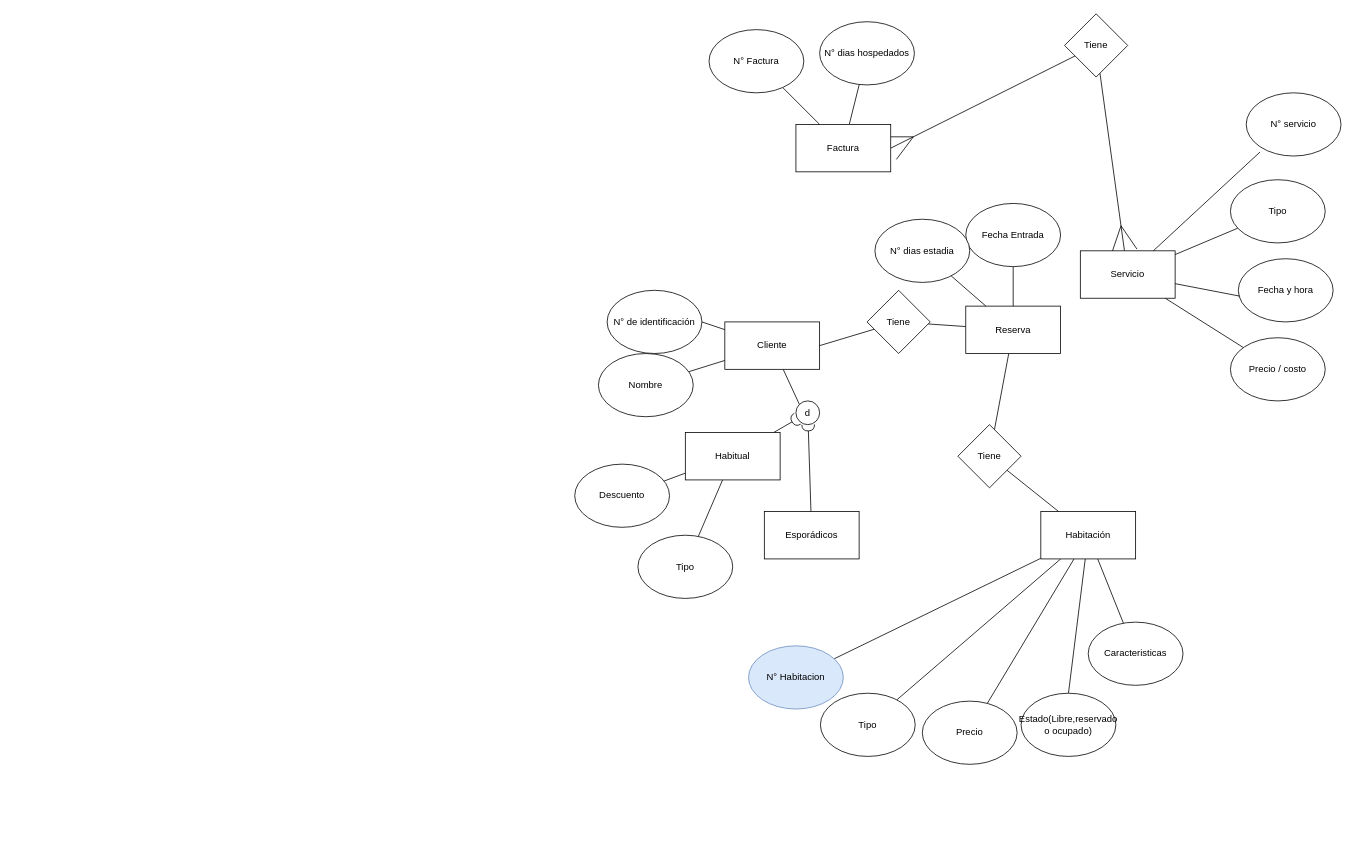
This is Diagrama_sin_titulo.drawio from Mshall19/Proyecto-BD, a draw.io file, before an edit. Source tidied: cells renumbered, new cells numbered last; positions are measured from the earlier drawing's top-left corner, leaving out a move shared by most shapes. Both pictures are drawn from the tidied source at 79%, with x=0, y=0 at pixel (574, 13).
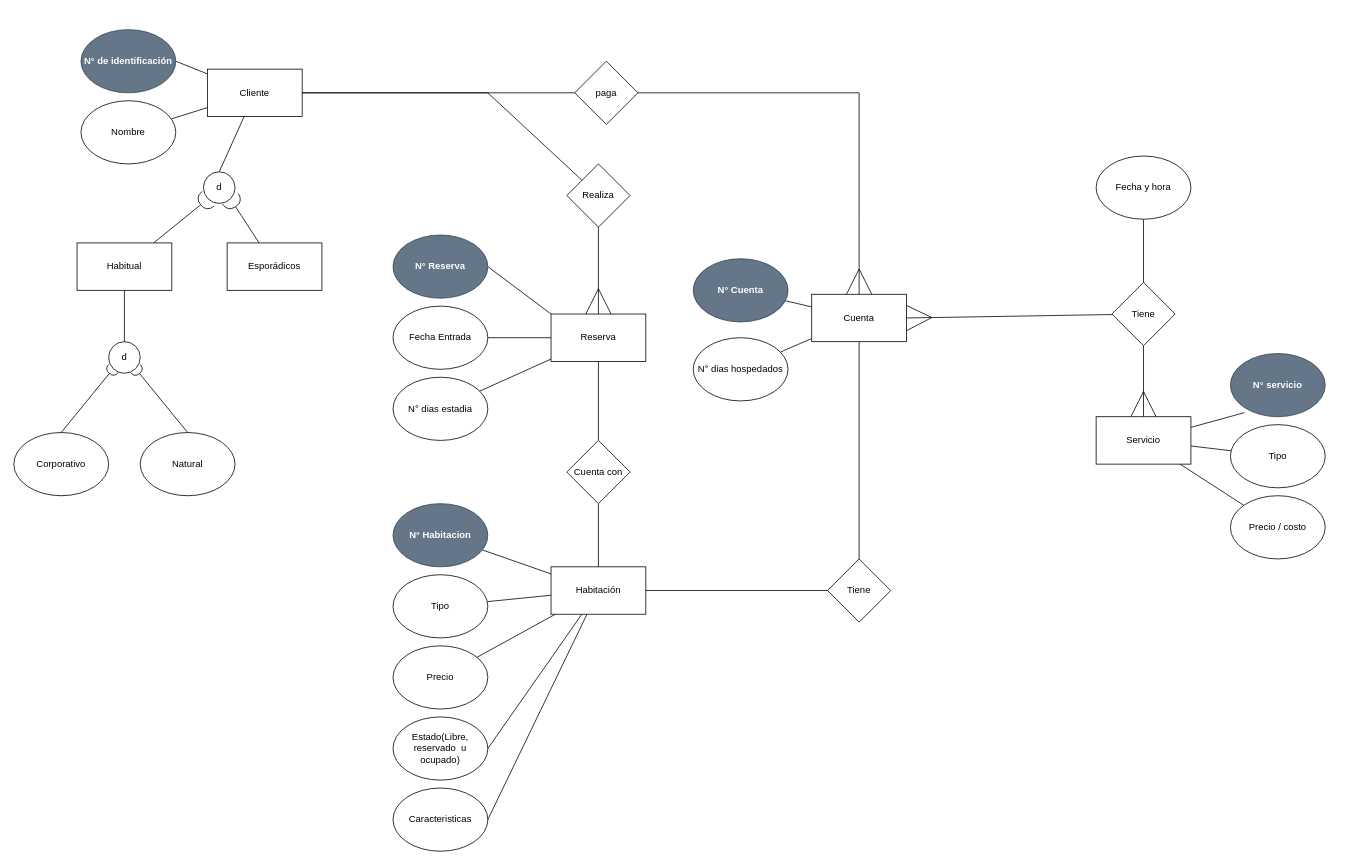
After the change.

Commit message:
Actualizacion de diagrama

Change to the diagram source:
```diff
@@
+    <mxCell id="56" style="edgeStyle=orthogonalEdgeStyle;rounded=0;jettySize=auto;html=1;entryX=0.5;entryY=1;entryDx=0;entryDy=0;endArrow=none;endFill=0;" parent="1" edge="1" source="4" target="32">
+      <mxGeometry relative="1" as="geometry" />
+    </mxCell>
     <mxCell id="4" value="Tiene" style="rhombus;whiteSpace=wrap;html=1;" parent="1" vertex="1">
-      <mxGeometry x="620" width="80" height="80" as="geometry" />
+      <mxGeometry x="680" y="340" width="80" height="80" as="geometry" />
     </mxCell>
@@
-    <mxCell id="7" style="rounded=0;jettySize=auto;html=1;entryX=0.5;entryY=0;entryDx=0;entryDy=0;endArrow=none;endFill=0;" parent="1" edge="1" source="10" target="13">
+    <mxCell id="7" style="rounded=0;jettySize=auto;html=1;entryX=1;entryY=0.5;entryDx=0;entryDy=0;endArrow=none;endFill=0;" parent="1" edge="1" source="10" target="13">
       <mxGeometry relative="1" as="geometry" />
     </mxCell>
-    <mxCell id="8" style="rounded=0;jettySize=auto;html=1;endArrow=none;endFill=0;" parent="1" edge="1" source="10" target="14">
+    <mxCell id="8" style="rounded=0;jettySize=auto;html=1;endArrow=none;endFill=0;entryX=1;entryY=0.5;entryDx=0;entryDy=0;" parent="1" edge="1" source="10" target="14">
       <mxGeometry relative="1" as="geometry" />
     </mxCell>
@@
     <mxCell id="10" value="Habitación" style="rounded=0;whiteSpace=wrap;html=1;" parent="1" vertex="1">
-      <mxGeometry x="590" y="630" width="120" height="60" as="geometry" />
+      <mxGeometry x="-30" y="700" width="120" height="60" as="geometry" />
     </mxCell>
     <mxCell id="11" value="Tipo" style="ellipse;whiteSpace=wrap;html=1;" parent="1" vertex="1">
-      <mxGeometry x="311" y="860" width="120" height="80" as="geometry" />
+      <mxGeometry x="-230" y="710" width="120" height="80" as="geometry" />
     </mxCell>
     <mxCell id="12" value="Precio" style="ellipse;whiteSpace=wrap;html=1;" parent="1" vertex="1">
-      <mxGeometry x="440" y="870" width="120" height="80" as="geometry" />
+      <mxGeometry x="-230" y="800" width="120" height="80" as="geometry" />
     </mxCell>
-    <mxCell id="13" value="Estado(Libre,reservado o ocupado)" style="ellipse;whiteSpace=wrap;html=1;" parent="1" vertex="1">
-      <mxGeometry x="565" y="860" width="120" height="80" as="geometry" />
+    <mxCell id="13" value="Estado(Libre, reservado&amp;nbsp; u ocupado)" style="ellipse;whiteSpace=wrap;html=1;" parent="1" vertex="1">
+      <mxGeometry x="-230" y="890" width="120" height="80" as="geometry" />
     </mxCell>
     <mxCell id="14" value="Caracteristicas" style="ellipse;whiteSpace=wrap;html=1;" parent="1" vertex="1">
-      <mxGeometry x="650" y="770" width="120" height="80" as="geometry" />
+      <mxGeometry x="-230" y="980" width="120" height="80" as="geometry" />
     </mxCell>
-    <mxCell id="15" value="&lt;div&gt;N° Habitacion&lt;/div&gt;" style="ellipse;whiteSpace=wrap;html=1;fillColor=#dae8fc;strokeColor=#6c8ebf;" parent="1" vertex="1">
-      <mxGeometry x="220" y="800" width="120" height="80" as="geometry" />
+    <mxCell id="15" value="&lt;div&gt;N° Habitacion&lt;/div&gt;" style="ellipse;whiteSpace=wrap;html=1;fillColor=#647687;strokeColor=#314354;fontColor=#ffffff;fontStyle=1;" parent="1" vertex="1">
+      <mxGeometry x="-230" y="620" width="120" height="80" as="geometry" />
     </mxCell>
@@
-    <mxCell id="18" style="rounded=0;jettySize=auto;html=1;entryX=0;entryY=0;entryDx=0;entryDy=0;endArrow=none;endFill=0;" parent="1" edge="1" source="19" target="22">
+    <mxCell id="18" style="rounded=0;jettySize=auto;html=1;endArrow=none;endFill=0;entryX=0.5;entryY=0;entryDx=0;entryDy=0;" parent="1" edge="1" source="19" target="22">
       <mxGeometry relative="1" as="geometry" />
     </mxCell>
     <mxCell id="19" value="Cliente" style="rounded=0;whiteSpace=wrap;html=1;" parent="1" vertex="1">
-      <mxGeometry x="190" y="390" width="120" height="60" as="geometry" />
+      <mxGeometry x="-465" y="70" width="120" height="60" as="geometry" />
     </mxCell>
-    <mxCell id="20" value="N° de identificación" style="ellipse;whiteSpace=wrap;html=1;" parent="1" vertex="1">
-      <mxGeometry x="41" y="350" width="120" height="80" as="geometry" />
+    <mxCell id="20" value="N° de identificación" style="ellipse;whiteSpace=wrap;html=1;fontStyle=1;fillColor=#647687;strokeColor=#314354;fontColor=#ffffff;" parent="1" vertex="1">
+      <mxGeometry x="-625" y="20" width="120" height="80" as="geometry" />
     </mxCell>
     <mxCell id="21" value="Nombre" style="ellipse;whiteSpace=wrap;html=1;" parent="1" vertex="1">
-      <mxGeometry x="30" y="430" width="120" height="80" as="geometry" />
+      <mxGeometry x="-625" y="110" width="120" height="80" as="geometry" />
     </mxCell>
     <mxCell id="22" value="d" style="ellipse;whiteSpace=wrap;html=1;" parent="1" vertex="1">
-      <mxGeometry x="280" y="490" width="30" height="30" as="geometry" />
+      <mxGeometry x="-470" y="200" width="40" height="40" as="geometry" />
     </mxCell>
@@
-    <mxCell id="25" value="Factura" style="rounded=0;whiteSpace=wrap;html=1;" parent="1" vertex="1">
-      <mxGeometry x="280" y="140" width="120" height="60" as="geometry" />
+    <mxCell id="25" value="Cuenta" style="rounded=0;whiteSpace=wrap;html=1;" parent="1" vertex="1">
+      <mxGeometry x="300" y="355" width="120" height="60" as="geometry" />
     </mxCell>
     <mxCell id="26" value="N° dias hospedados" style="ellipse;whiteSpace=wrap;html=1;" parent="1" vertex="1">
-      <mxGeometry x="310" y="10" width="120" height="80" as="geometry" />
+      <mxGeometry x="150" y="410" width="120" height="80" as="geometry" />
     </mxCell>
@@
     <mxCell id="29" value="&lt;div&gt;Servicio&lt;/div&gt;" style="rounded=0;whiteSpace=wrap;html=1;" parent="1" vertex="1">
-      <mxGeometry x="640" y="300" width="120" height="60" as="geometry" />
+      <mxGeometry x="660" y="510" width="120" height="60" as="geometry" />
     </mxCell>
     <mxCell id="30" value="Tipo" style="ellipse;whiteSpace=wrap;html=1;" parent="1" vertex="1">
-      <mxGeometry x="830" y="210" width="120" height="80" as="geometry" />
+      <mxGeometry x="830" y="520" width="120" height="80" as="geometry" />
     </mxCell>
-    <mxCell id="31" value="N° servicio" style="ellipse;whiteSpace=wrap;html=1;" parent="1" vertex="1">
-      <mxGeometry x="850" y="100" width="120" height="80" as="geometry" />
+    <mxCell id="31" value="N° servicio" style="ellipse;whiteSpace=wrap;html=1;fillColor=#647687;fontColor=#ffffff;strokeColor=#314354;fontStyle=1;" parent="1" vertex="1">
+      <mxGeometry x="830" y="430" width="120" height="80" as="geometry" />
     </mxCell>
     <mxCell id="32" value="Fecha y hora" style="ellipse;whiteSpace=wrap;html=1;" parent="1" vertex="1">
-      <mxGeometry x="840" y="310" width="120" height="80" as="geometry" />
+      <mxGeometry x="660" y="180" width="120" height="80" as="geometry" />
     </mxCell>
     <mxCell id="33" value="Precio / costo" style="ellipse;whiteSpace=wrap;html=1;" parent="1" vertex="1">
-      <mxGeometry x="830" y="410" width="120" height="80" as="geometry" />
+      <mxGeometry x="830" y="610" width="120" height="80" as="geometry" />
     </mxCell>
@@
-    <mxCell id="35" style="rounded=0;jettySize=auto;html=1;entryX=0.019;entryY=0.593;entryDx=0;entryDy=0;entryPerimeter=0;endArrow=none;endFill=0;" parent="1" edge="1" source="29" target="32">
-      <mxGeometry relative="1" as="geometry" />
-    </mxCell>
-    <mxCell id="36" value="N° Factura" style="ellipse;whiteSpace=wrap;html=1;" parent="1" vertex="1">
-      <mxGeometry x="170" y="20" width="120" height="80" as="geometry" />
+    <mxCell id="36" value="N° Cuenta" style="ellipse;whiteSpace=wrap;html=1;fillColor=#647687;fontColor=#ffffff;strokeColor=#314354;fontStyle=1;" parent="1" vertex="1">
+      <mxGeometry x="150" y="310" width="120" height="80" as="geometry" />
     </mxCell>
-    <mxCell id="37" style="rounded=0;jettySize=auto;html=1;endArrow=halfCircle;endFill=0;" parent="1" edge="1" source="38" target="22">
+    <mxCell id="37" style="rounded=0;jettySize=auto;html=1;endArrow=halfCircle;endFill=0;endSize=10;entryX=0;entryY=1;entryDx=0;entryDy=0;" parent="1" edge="1" source="38" target="22">
       <mxGeometry relative="1" as="geometry" />
     </mxCell>
     <mxCell id="38" value="Habitual" style="rounded=0;whiteSpace=wrap;html=1;" parent="1" vertex="1">
-      <mxGeometry x="140" y="530" width="120" height="60" as="geometry" />
+      <mxGeometry x="-630" y="290" width="120" height="60" as="geometry" />
     </mxCell>
-    <mxCell id="39" style="rounded=0;jettySize=auto;html=1;endArrow=halfCircle;endFill=0;" parent="1" edge="1" source="40" target="22">
+    <mxCell id="39" style="rounded=0;jettySize=auto;html=1;endArrow=halfCircle;endFill=0;endSize=10;entryX=1;entryY=1;entryDx=0;entryDy=0;" parent="1" edge="1" source="40" target="22">
       <mxGeometry relative="1" as="geometry" />
     </mxCell>
     <mxCell id="40" value="Esporádicos" style="rounded=0;whiteSpace=wrap;html=1;" parent="1" vertex="1">
-      <mxGeometry x="240" y="630" width="120" height="60" as="geometry" />
+      <mxGeometry x="-440" y="290" width="120" height="60" as="geometry" />
     </mxCell>
-    <mxCell id="41" style="rounded=0;jettySize=auto;html=1;endArrow=none;endFill=0;" parent="1" edge="1" source="42" target="38">
-      <mxGeometry relative="1" as="geometry" />
-    </mxCell>
-    <mxCell id="42" value="Tipo" style="ellipse;whiteSpace=wrap;html=1;" parent="1" vertex="1">
-      <mxGeometry x="80" y="660" width="120" height="80" as="geometry" />
-    </mxCell>
-    <mxCell id="43" style="rounded=0;jettySize=auto;html=1;endArrow=none;endFill=0;" parent="1" edge="1" source="44" target="38">
-      <mxGeometry relative="1" as="geometry" />
-    </mxCell>
-    <mxCell id="44" value="Descuento" style="ellipse;whiteSpace=wrap;html=1;" parent="1" vertex="1">
-      <mxGeometry y="570" width="120" height="80" as="geometry" />
-    </mxCell>
-    <mxCell id="45" style="rounded=0;jettySize=auto;html=1;endArrow=none;endFill=0;" parent="1" edge="1" source="49" target="51">
+    <mxCell id="45" style="rounded=0;jettySize=auto;html=1;endArrow=ERmany;endFill=0;exitX=0.5;exitY=1;exitDx=0;exitDy=0;entryX=0.5;entryY=0;entryDx=0;entryDy=0;endSize=30;" parent="1" edge="1" source="51" target="49">
       <mxGeometry relative="1" as="geometry" />
     </mxCell>
-    <mxCell id="46" style="rounded=0;jettySize=auto;html=1;endArrow=none;endFill=0;" parent="1" edge="1" source="49" target="53">
+    <mxCell id="46" style="rounded=0;jettySize=auto;html=1;endArrow=none;endFill=0;entryX=0.5;entryY=0;entryDx=0;entryDy=0;" parent="1" edge="1" source="49" target="53">
       <mxGeometry relative="1" as="geometry" />
     </mxCell>
@@
+    <mxCell id="57" style="rounded=0;jettySize=auto;html=1;exitX=0;exitY=0;exitDx=0;exitDy=0;entryX=1;entryY=0.5;entryDx=0;entryDy=0;endArrow=none;endFill=0;" parent="1" edge="1" source="49" target="61">
+      <mxGeometry relative="1" as="geometry" />
+    </mxCell>
     <mxCell id="49" value="Reserva" style="rounded=0;whiteSpace=wrap;html=1;" parent="1" vertex="1">
-      <mxGeometry x="495" y="370" width="120" height="60" as="geometry" />
+      <mxGeometry x="-30" y="380" width="120" height="60" as="geometry" />
     </mxCell>
     <mxCell id="50" style="rounded=0;jettySize=auto;html=1;entryX=1;entryY=0.5;entryDx=0;entryDy=0;endArrow=none;endFill=0;" parent="1" edge="1" source="51" target="19">
-      <mxGeometry relative="1" as="geometry" />
+      <mxGeometry relative="1" as="geometry">
+        <Array as="points">
+          <mxPoint x="-110" y="100" />
+        </Array>
+      </mxGeometry>
     </mxCell>
-    <mxCell id="51" value="Tiene" style="rhombus;whiteSpace=wrap;html=1;" parent="1" vertex="1">
-      <mxGeometry x="370" y="350" width="80" height="80" as="geometry" />
+    <mxCell id="51" value="Realiza" style="rhombus;whiteSpace=wrap;html=1;" parent="1" vertex="1">
+      <mxGeometry x="-10" y="190" width="80" height="80" as="geometry" />
     </mxCell>
-    <mxCell id="52" style="rounded=0;jettySize=auto;html=1;endArrow=none;endFill=0;" parent="1" edge="1" source="53" target="10">
+    <mxCell id="52" style="rounded=0;jettySize=auto;html=1;endArrow=none;endFill=0;entryX=0.5;entryY=0;entryDx=0;entryDy=0;exitX=0.5;exitY=1;exitDx=0;exitDy=0;" parent="1" edge="1" source="53" target="10">
       <mxGeometry relative="1" as="geometry" />
     </mxCell>
-    <mxCell id="53" value="Tiene" style="rhombus;whiteSpace=wrap;html=1;" parent="1" vertex="1">
-      <mxGeometry x="485" y="520" width="80" height="80" as="geometry" />
+    <mxCell id="53" value="Cuenta con" style="rhombus;whiteSpace=wrap;html=1;" parent="1" vertex="1">
+      <mxGeometry x="-10" y="540" width="80" height="80" as="geometry" />
     </mxCell>
     <mxCell id="54" value="Fecha Entrada" style="ellipse;whiteSpace=wrap;html=1;" parent="1" vertex="1">
-      <mxGeometry x="495" y="240" width="120" height="80" as="geometry" />
+      <mxGeometry x="-230" y="370" width="120" height="80" as="geometry" />
     </mxCell>
     <mxCell id="55" value="N° dias estadia" style="ellipse;whiteSpace=wrap;html=1;" parent="1" vertex="1">
-      <mxGeometry x="380" y="260" width="120" height="80" as="geometry" />
+      <mxGeometry x="-230" y="460" width="120" height="80" as="geometry" />
     </mxCell>
+    <mxCell id="58" style="rounded=0;jettySize=auto;html=1;endArrow=ERmany;endFill=0;endSize=30;exitX=1;exitY=0.5;exitDx=0;exitDy=0;entryX=0.5;entryY=0;entryDx=0;entryDy=0;" parent="1" edge="1" source="60" target="25">
+      <mxGeometry relative="1" as="geometry">
+        <Array as="points">
+          <mxPoint x="360" y="100" />
+          <mxPoint x="360" y="260" />
+        </Array>
+      </mxGeometry>
+    </mxCell>
+    <mxCell id="59" style="edgeStyle=orthogonalEdgeStyle;rounded=0;jettySize=auto;html=1;strokeColor=default;endArrow=none;endFill=0;" parent="1" edge="1" source="60">
+      <mxGeometry relative="1" as="geometry">
+        <mxPoint x="-345" y="100" as="targetPoint" />
+      </mxGeometry>
+    </mxCell>
+    <mxCell id="60" value="paga" style="rhombus;whiteSpace=wrap;html=1;" parent="1" vertex="1">
+      <mxGeometry y="60" width="80" height="80" as="geometry" />
+    </mxCell>
+    <mxCell id="61" value="N° Reserva" style="ellipse;whiteSpace=wrap;html=1;fillColor=#647687;fontColor=#ffffff;strokeColor=#314354;fontStyle=1;" parent="1" vertex="1">
+      <mxGeometry x="-230" y="280" width="120" height="80" as="geometry" />
+    </mxCell>
+    <mxCell id="62" style="rounded=0;jettySize=auto;html=1;entryX=0.5;entryY=1;entryDx=0;entryDy=0;endArrow=none;endFill=0;" parent="1" edge="1" source="64" target="25">
+      <mxGeometry relative="1" as="geometry" />
+    </mxCell>
+    <mxCell id="63" style="rounded=0;jettySize=auto;html=1;entryX=1;entryY=0.5;entryDx=0;entryDy=0;endArrow=none;endFill=0;" parent="1" edge="1" source="64" target="10">
+      <mxGeometry relative="1" as="geometry" />
+    </mxCell>
+    <mxCell id="64" value="Tiene" style="rhombus;whiteSpace=wrap;html=1;" parent="1" vertex="1">
+      <mxGeometry x="320" y="690" width="80" height="80" as="geometry" />
+    </mxCell>
+    <mxCell id="65" value="Corporativo" style="ellipse;whiteSpace=wrap;html=1;" parent="1" vertex="1">
+      <mxGeometry x="-710" y="530" width="120" height="80" as="geometry" />
+    </mxCell>
+    <mxCell id="66" value="Natural" style="ellipse;whiteSpace=wrap;html=1;" parent="1" vertex="1">
+      <mxGeometry x="-550" y="530" width="120" height="80" as="geometry" />
+    </mxCell>
+    <mxCell id="67" style="rounded=0;jettySize=auto;html=1;exitX=0.5;exitY=0;exitDx=0;exitDy=0;entryX=0.5;entryY=1;entryDx=0;entryDy=0;endArrow=none;endFill=0;" parent="1" edge="1" source="70" target="38">
+      <mxGeometry relative="1" as="geometry" />
+    </mxCell>
+    <mxCell id="68" style="rounded=0;jettySize=auto;html=1;exitX=1;exitY=1;exitDx=0;exitDy=0;entryX=0.5;entryY=0;entryDx=0;entryDy=0;endArrow=none;endFill=0;startArrow=halfCircle;startFill=0;targetPerimeterSpacing=10;" parent="1" edge="1" source="70" target="66">
+      <mxGeometry relative="1" as="geometry" />
+    </mxCell>
+    <mxCell id="69" style="rounded=0;jettySize=auto;html=1;entryX=0.5;entryY=0;entryDx=0;entryDy=0;endArrow=none;endFill=0;startArrow=halfCircle;startFill=0;targetPerimeterSpacing=10;" parent="1" edge="1" target="65">
+      <mxGeometry relative="1" as="geometry">
+        <mxPoint x="-584" y="449" as="sourcePoint" />
+      </mxGeometry>
+    </mxCell>
+    <mxCell id="70" value="d" style="ellipse;whiteSpace=wrap;html=1;" parent="1" vertex="1">
+      <mxGeometry x="-590" y="415" width="40" height="40" as="geometry" />
+    </mxCell>
```
